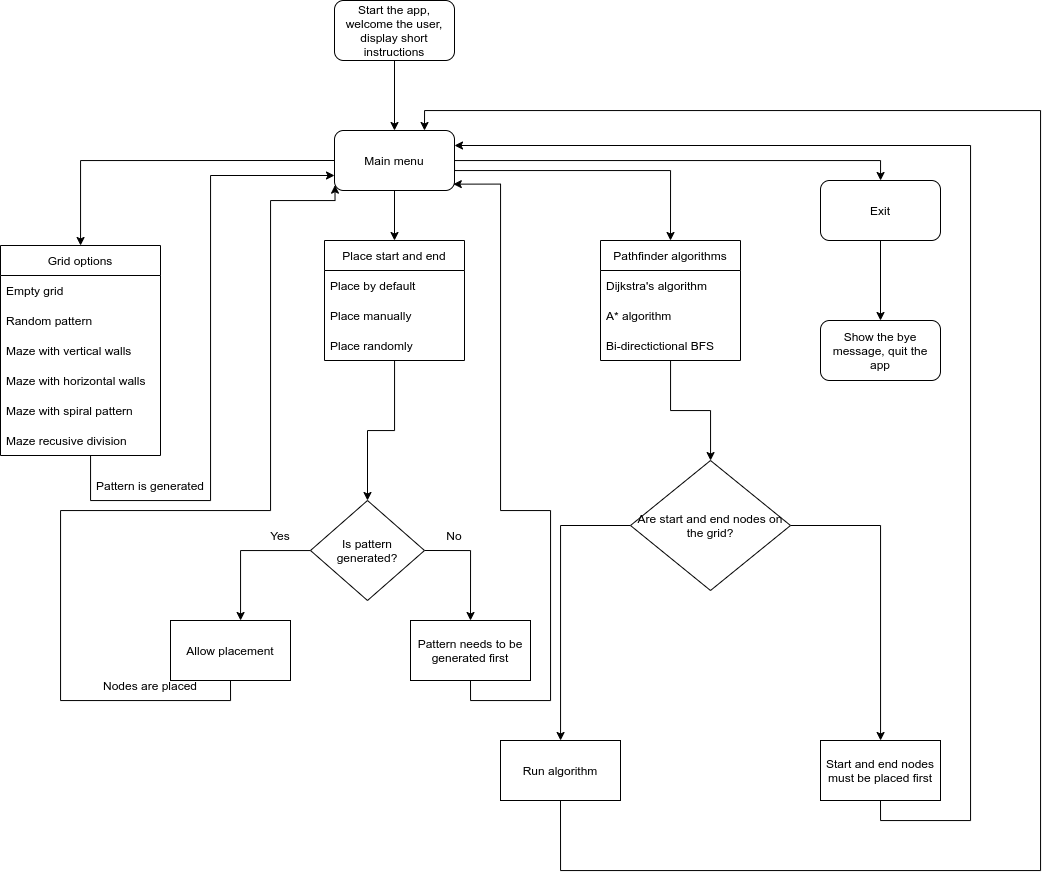
Earlier version of the draw.io export assets/documentation/flowchart.png (lexach91/algorithm-visualizer). Source tidied: cells renumbered, new cells last; positions are measured from the earlier drawing's top-left corner, leaving out a move shared by most shapes. The source it was exported from:
```xml
<mxGraphModel>
  <root>
    <mxCell id="0" />
    <mxCell id="1" parent="0" />
    <mxCell id="2" style="edgeStyle=orthogonalEdgeStyle;rounded=0;jettySize=auto;html=1;exitX=0.5;exitY=1;exitDx=0;exitDy=0;entryX=0.5;entryY=0;entryDx=0;entryDy=0;" parent="1" edge="1" source="3" target="8">
      <mxGeometry relative="1" as="geometry" />
    </mxCell>
    <mxCell id="3" value="Start the app, welcome the user, display short instructions" style="rounded=1;whiteSpace=wrap;html=1;" parent="1" vertex="1">
      <mxGeometry x="334" width="120" height="60" as="geometry" />
    </mxCell>
    <mxCell id="4" style="edgeStyle=orthogonalEdgeStyle;rounded=0;jettySize=auto;html=1;exitX=0;exitY=0.5;exitDx=0;exitDy=0;" parent="1" edge="1" source="8" target="10">
      <mxGeometry relative="1" as="geometry" />
    </mxCell>
    <mxCell id="5" style="edgeStyle=orthogonalEdgeStyle;rounded=0;jettySize=auto;html=1;exitX=0.5;exitY=1;exitDx=0;exitDy=0;entryX=0.5;entryY=0;entryDx=0;entryDy=0;" parent="1" edge="1" source="8" target="18">
      <mxGeometry relative="1" as="geometry" />
    </mxCell>
    <mxCell id="6" style="edgeStyle=orthogonalEdgeStyle;rounded=0;jettySize=auto;html=1;exitX=1;exitY=0.5;exitDx=0;exitDy=0;entryX=0.5;entryY=0;entryDx=0;entryDy=0;" parent="1" edge="1" source="8" target="32">
      <mxGeometry relative="1" as="geometry">
        <Array as="points">
          <mxPoint x="454" y="170" />
          <mxPoint x="670" y="170" />
        </Array>
      </mxGeometry>
    </mxCell>
    <mxCell id="7" style="edgeStyle=orthogonalEdgeStyle;rounded=0;jettySize=auto;html=1;" parent="1" edge="1" source="8" target="45">
      <mxGeometry relative="1" as="geometry">
        <Array as="points">
          <mxPoint x="880" y="160" />
        </Array>
      </mxGeometry>
    </mxCell>
    <mxCell id="8" value="Main menu" style="rounded=1;whiteSpace=wrap;html=1;" parent="1" vertex="1">
      <mxGeometry x="334" y="130" width="120" height="60" as="geometry" />
    </mxCell>
    <mxCell id="9" style="edgeStyle=orthogonalEdgeStyle;rounded=0;jettySize=auto;html=1;entryX=0;entryY=0.75;entryDx=0;entryDy=0;" parent="1" edge="1" source="10" target="8">
      <mxGeometry relative="1" as="geometry">
        <Array as="points">
          <mxPoint x="90" y="500" />
          <mxPoint x="210" y="500" />
          <mxPoint x="210" y="175" />
        </Array>
      </mxGeometry>
    </mxCell>
    <mxCell id="10" value="Grid options" style="swimlane;fontStyle=0;horizontal=1;startSize=30;" parent="1" vertex="1">
      <mxGeometry y="245" width="160" height="210" as="geometry" />
    </mxCell>
    <mxCell id="11" value="Empty grid" style="text;strokeColor=none;fillColor=none;align=left;verticalAlign=middle;spacingLeft=4;spacingRight=4;overflow=hidden;" parent="10" vertex="1">
      <mxGeometry y="30" width="160" height="30" as="geometry" />
    </mxCell>
    <mxCell id="12" value="Random pattern" style="text;strokeColor=none;fillColor=none;align=left;verticalAlign=middle;spacingLeft=4;spacingRight=4;overflow=hidden;" parent="10" vertex="1">
      <mxGeometry y="60" width="160" height="30" as="geometry" />
    </mxCell>
    <mxCell id="13" value="Maze with vertical walls" style="text;strokeColor=none;fillColor=none;align=left;verticalAlign=middle;spacingLeft=4;spacingRight=4;overflow=hidden;" parent="10" vertex="1">
      <mxGeometry y="90" width="160" height="30" as="geometry" />
    </mxCell>
    <mxCell id="14" value="Maze with horizontal walls" style="text;strokeColor=none;fillColor=none;align=left;verticalAlign=middle;spacingLeft=4;spacingRight=4;overflow=hidden;" parent="10" vertex="1">
      <mxGeometry y="120" width="160" height="30" as="geometry" />
    </mxCell>
    <mxCell id="15" value="Maze with spiral pattern" style="text;strokeColor=none;fillColor=none;align=left;verticalAlign=middle;spacingLeft=4;spacingRight=4;overflow=hidden;" parent="10" vertex="1">
      <mxGeometry y="150" width="160" height="30" as="geometry" />
    </mxCell>
    <mxCell id="16" value="Maze recusive division" style="text;strokeColor=none;fillColor=none;align=left;verticalAlign=middle;spacingLeft=4;spacingRight=4;overflow=hidden;" parent="10" vertex="1">
      <mxGeometry y="180" width="160" height="30" as="geometry" />
    </mxCell>
    <mxCell id="17" style="edgeStyle=orthogonalEdgeStyle;rounded=0;jettySize=auto;html=1;" parent="1" edge="1" source="18" target="24">
      <mxGeometry relative="1" as="geometry" />
    </mxCell>
    <mxCell id="18" value="Place start and end" style="swimlane;fontStyle=0;horizontal=1;startSize=30;" parent="1" vertex="1">
      <mxGeometry x="324" y="240" width="140" height="120" as="geometry" />
    </mxCell>
    <mxCell id="19" value="Place by default" style="text;strokeColor=none;fillColor=none;align=left;verticalAlign=middle;spacingLeft=4;spacingRight=4;overflow=hidden;" parent="18" vertex="1">
      <mxGeometry y="30" width="140" height="30" as="geometry" />
    </mxCell>
    <mxCell id="20" value="Place manually" style="text;strokeColor=none;fillColor=none;align=left;verticalAlign=middle;spacingLeft=4;spacingRight=4;overflow=hidden;" parent="18" vertex="1">
      <mxGeometry y="60" width="140" height="30" as="geometry" />
    </mxCell>
    <mxCell id="21" value="Place randomly" style="text;strokeColor=none;fillColor=none;align=left;verticalAlign=middle;spacingLeft=4;spacingRight=4;overflow=hidden;" parent="18" vertex="1">
      <mxGeometry y="90" width="140" height="30" as="geometry" />
    </mxCell>
    <mxCell id="22" style="edgeStyle=orthogonalEdgeStyle;rounded=0;jettySize=auto;html=1;" parent="1" edge="1" source="24" target="26">
      <mxGeometry relative="1" as="geometry">
        <Array as="points">
          <mxPoint x="240" y="550" />
        </Array>
      </mxGeometry>
    </mxCell>
    <mxCell id="23" style="edgeStyle=orthogonalEdgeStyle;rounded=0;jettySize=auto;html=1;exitX=1;exitY=0.5;exitDx=0;exitDy=0;entryX=0.5;entryY=0;entryDx=0;entryDy=0;" parent="1" edge="1" source="24" target="29">
      <mxGeometry relative="1" as="geometry" />
    </mxCell>
    <mxCell id="24" value="Is pattern generated?" style="rhombus;whiteSpace=wrap;html=1;fontStyle=0;startSize=30;" parent="1" vertex="1">
      <mxGeometry x="310" y="500" width="114" height="100" as="geometry" />
    </mxCell>
    <mxCell id="25" style="edgeStyle=orthogonalEdgeStyle;rounded=0;jettySize=auto;html=1;exitX=0.5;exitY=1;exitDx=0;exitDy=0;entryX=0.004;entryY=0.911;entryDx=0;entryDy=0;entryPerimeter=0;" parent="1" edge="1" source="26" target="8">
      <mxGeometry relative="1" as="geometry">
        <Array as="points">
          <mxPoint x="230" y="700" />
          <mxPoint x="60" y="700" />
          <mxPoint x="60" y="510" />
          <mxPoint x="270" y="510" />
          <mxPoint x="270" y="200" />
          <mxPoint x="335" y="200" />
        </Array>
      </mxGeometry>
    </mxCell>
    <mxCell id="26" value="Allow placement" style="whiteSpace=wrap;html=1;fontStyle=0;startSize=30;" parent="1" vertex="1">
      <mxGeometry x="170" y="620" width="120" height="60" as="geometry" />
    </mxCell>
    <mxCell id="27" value="Yes" style="text;html=1;strokeColor=none;fillColor=none;align=center;verticalAlign=middle;whiteSpace=wrap;rounded=0;" parent="1" vertex="1">
      <mxGeometry x="250" y="520" width="60" height="30" as="geometry" />
    </mxCell>
    <mxCell id="28" style="edgeStyle=orthogonalEdgeStyle;rounded=0;jettySize=auto;html=1;exitX=0.5;exitY=1;exitDx=0;exitDy=0;entryX=0.99;entryY=0.894;entryDx=0;entryDy=0;entryPerimeter=0;" parent="1" edge="1" source="29" target="8">
      <mxGeometry relative="1" as="geometry">
        <Array as="points">
          <mxPoint x="470" y="700" />
          <mxPoint x="550" y="700" />
          <mxPoint x="550" y="510" />
          <mxPoint x="500" y="510" />
          <mxPoint x="500" y="184" />
        </Array>
      </mxGeometry>
    </mxCell>
    <mxCell id="29" value="Pattern needs to be generated first" style="whiteSpace=wrap;html=1;fontStyle=0;startSize=30;" parent="1" vertex="1">
      <mxGeometry x="410" y="620" width="120" height="60" as="geometry" />
    </mxCell>
    <mxCell id="30" value="Pattern is generated" style="text;html=1;strokeColor=none;fillColor=none;align=center;verticalAlign=middle;whiteSpace=wrap;rounded=0;" parent="1" vertex="1">
      <mxGeometry x="90" y="470" width="120" height="30" as="geometry" />
    </mxCell>
    <mxCell id="31" style="edgeStyle=orthogonalEdgeStyle;rounded=0;jettySize=auto;html=1;" parent="1" edge="1" source="32" target="38">
      <mxGeometry relative="1" as="geometry" />
    </mxCell>
    <mxCell id="32" value="Pathfinder algorithms" style="swimlane;fontStyle=0;horizontal=1;startSize=30;" parent="1" vertex="1">
      <mxGeometry x="600" y="240" width="140" height="120" as="geometry" />
    </mxCell>
    <mxCell id="33" value="Dijkstra's algorithm" style="text;strokeColor=none;fillColor=none;align=left;verticalAlign=middle;spacingLeft=4;spacingRight=4;overflow=hidden;" parent="32" vertex="1">
      <mxGeometry y="30" width="140" height="30" as="geometry" />
    </mxCell>
    <mxCell id="34" value="A* algorithm" style="text;strokeColor=none;fillColor=none;align=left;verticalAlign=middle;spacingLeft=4;spacingRight=4;overflow=hidden;" parent="32" vertex="1">
      <mxGeometry y="60" width="140" height="30" as="geometry" />
    </mxCell>
    <mxCell id="35" value="Bi-directictional BFS" style="text;strokeColor=none;fillColor=none;align=left;verticalAlign=middle;spacingLeft=4;spacingRight=4;overflow=hidden;" parent="32" vertex="1">
      <mxGeometry y="90" width="140" height="30" as="geometry" />
    </mxCell>
    <mxCell id="36" style="edgeStyle=orthogonalEdgeStyle;rounded=0;jettySize=auto;html=1;" parent="1" edge="1" source="38" target="41">
      <mxGeometry relative="1" as="geometry" />
    </mxCell>
    <mxCell id="37" style="edgeStyle=orthogonalEdgeStyle;rounded=0;jettySize=auto;html=1;" parent="1" edge="1" source="38" target="43">
      <mxGeometry relative="1" as="geometry" />
    </mxCell>
    <mxCell id="38" value="Are start and end nodes on the grid?" style="rhombus;whiteSpace=wrap;html=1;fontStyle=0;startSize=30;" parent="1" vertex="1">
      <mxGeometry x="630" y="460" width="160" height="130" as="geometry" />
    </mxCell>
    <mxCell id="39" value="No" style="text;html=1;strokeColor=none;fillColor=none;align=center;verticalAlign=middle;whiteSpace=wrap;rounded=0;" parent="1" vertex="1">
      <mxGeometry x="424" y="520" width="60" height="30" as="geometry" />
    </mxCell>
    <mxCell id="40" style="edgeStyle=orthogonalEdgeStyle;rounded=0;jettySize=auto;html=1;exitX=0.5;exitY=1;exitDx=0;exitDy=0;entryX=0.75;entryY=0;entryDx=0;entryDy=0;" parent="1" edge="1" source="41" target="8">
      <mxGeometry relative="1" as="geometry">
        <Array as="points">
          <mxPoint x="560" y="870" />
          <mxPoint x="1040" y="870" />
          <mxPoint x="1040" y="110" />
          <mxPoint x="424" y="110" />
        </Array>
      </mxGeometry>
    </mxCell>
    <mxCell id="41" value="Run algorithm" style="whiteSpace=wrap;html=1;fontStyle=0;startSize=30;" parent="1" vertex="1">
      <mxGeometry x="500" y="740" width="120" height="60" as="geometry" />
    </mxCell>
    <mxCell id="42" style="edgeStyle=orthogonalEdgeStyle;rounded=0;jettySize=auto;html=1;exitX=0.5;exitY=1;exitDx=0;exitDy=0;entryX=1;entryY=0.25;entryDx=0;entryDy=0;" parent="1" edge="1" source="43" target="8">
      <mxGeometry relative="1" as="geometry">
        <Array as="points">
          <mxPoint x="880" y="820" />
          <mxPoint x="970" y="820" />
          <mxPoint x="970" y="145" />
        </Array>
      </mxGeometry>
    </mxCell>
    <mxCell id="43" value="Start and end nodes must be placed first" style="whiteSpace=wrap;html=1;fontStyle=0;startSize=30;" parent="1" vertex="1">
      <mxGeometry x="820" y="740" width="120" height="60" as="geometry" />
    </mxCell>
    <mxCell id="44" style="edgeStyle=orthogonalEdgeStyle;rounded=0;jettySize=auto;html=1;" parent="1" edge="1" source="45" target="46">
      <mxGeometry relative="1" as="geometry" />
    </mxCell>
    <mxCell id="45" value="Exit" style="whiteSpace=wrap;html=1;rounded=1;" parent="1" vertex="1">
      <mxGeometry x="820" y="180" width="120" height="60" as="geometry" />
    </mxCell>
    <mxCell id="46" value="Show the bye message, quit the app" style="whiteSpace=wrap;html=1;rounded=1;" parent="1" vertex="1">
      <mxGeometry x="820" y="320" width="120" height="60" as="geometry" />
    </mxCell>
    <mxCell id="47" value="Nodes are placed" style="text;html=1;strokeColor=none;fillColor=none;align=center;verticalAlign=middle;whiteSpace=wrap;rounded=0;" parent="1" vertex="1">
      <mxGeometry x="90" y="670" width="120" height="30" as="geometry" />
    </mxCell>
  </root>
</mxGraphModel>
```
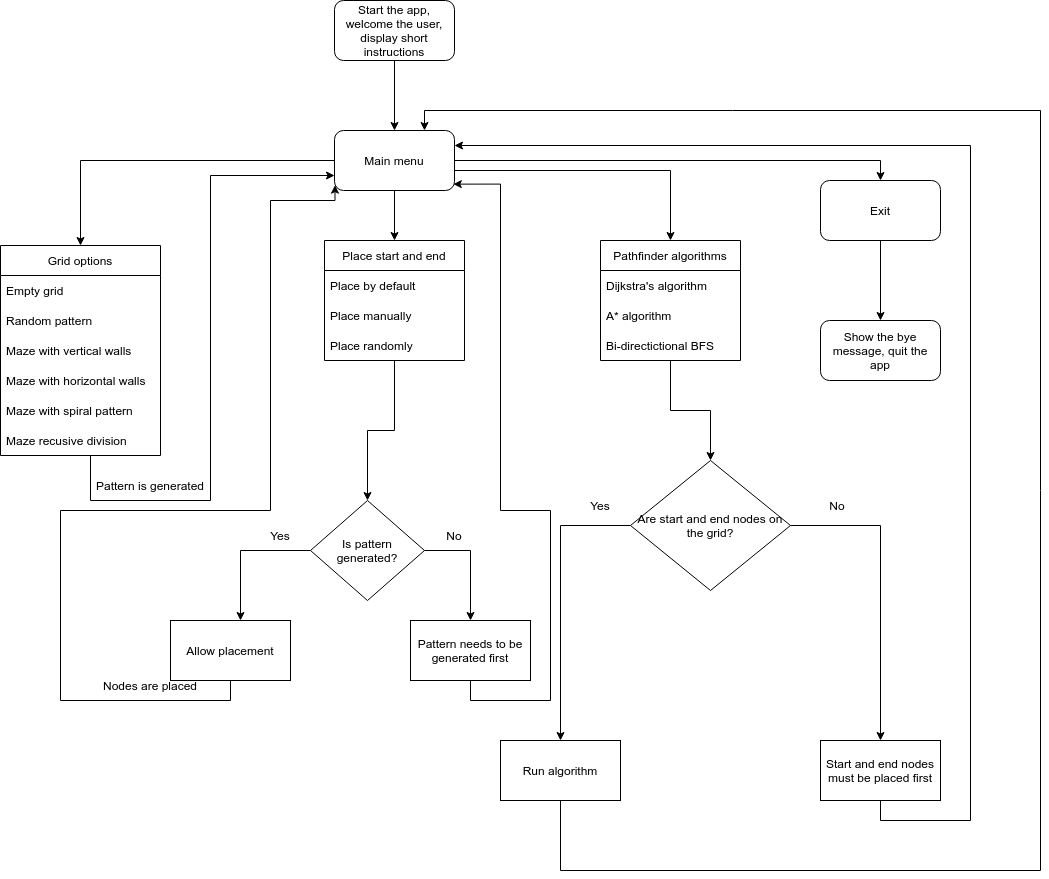
After the commit.

Diff of the diagram source:
```diff
@@ -146,7 +146,7 @@
     <mxCell id="37" style="edgeStyle=orthogonalEdgeStyle;rounded=0;jettySize=auto;html=1;" parent="1" edge="1" source="38" target="43">
       <mxGeometry relative="1" as="geometry" />
     </mxCell>
-    <mxCell id="38" value="Are start and end nodes on the grid?" style="rhombus;whiteSpace=wrap;html=1;fontStyle=0;startSize=30;" parent="1" vertex="1">
+    <mxCell id="38" value="&lt;font style=&quot;font-size: 12px&quot;&gt;Are start and end nodes on the grid?&lt;/font&gt;" style="rhombus;whiteSpace=wrap;html=1;fontStyle=0;startSize=30;" parent="1" vertex="1">
       <mxGeometry x="630" y="460" width="160" height="130" as="geometry" />
     </mxCell>
     <mxCell id="39" value="No" style="text;html=1;strokeColor=none;fillColor=none;align=center;verticalAlign=middle;whiteSpace=wrap;rounded=0;" parent="1" vertex="1">
@@ -189,5 +189,11 @@
     <mxCell id="47" value="Nodes are placed" style="text;html=1;strokeColor=none;fillColor=none;align=center;verticalAlign=middle;whiteSpace=wrap;rounded=0;" parent="1" vertex="1">
       <mxGeometry x="90" y="670" width="120" height="30" as="geometry" />
     </mxCell>
+    <mxCell id="48" value="Yes" style="text;html=1;strokeColor=none;fillColor=none;align=center;verticalAlign=middle;whiteSpace=wrap;rounded=0;" parent="1" vertex="1">
+      <mxGeometry x="570" y="490" width="60" height="30" as="geometry" />
+    </mxCell>
+    <mxCell id="49" value="No" style="text;html=1;strokeColor=none;fillColor=none;align=center;verticalAlign=middle;whiteSpace=wrap;rounded=0;" parent="1" vertex="1">
+      <mxGeometry x="807" y="490" width="60" height="30" as="geometry" />
+    </mxCell>
   </root>
 </mxGraphModel>
```
